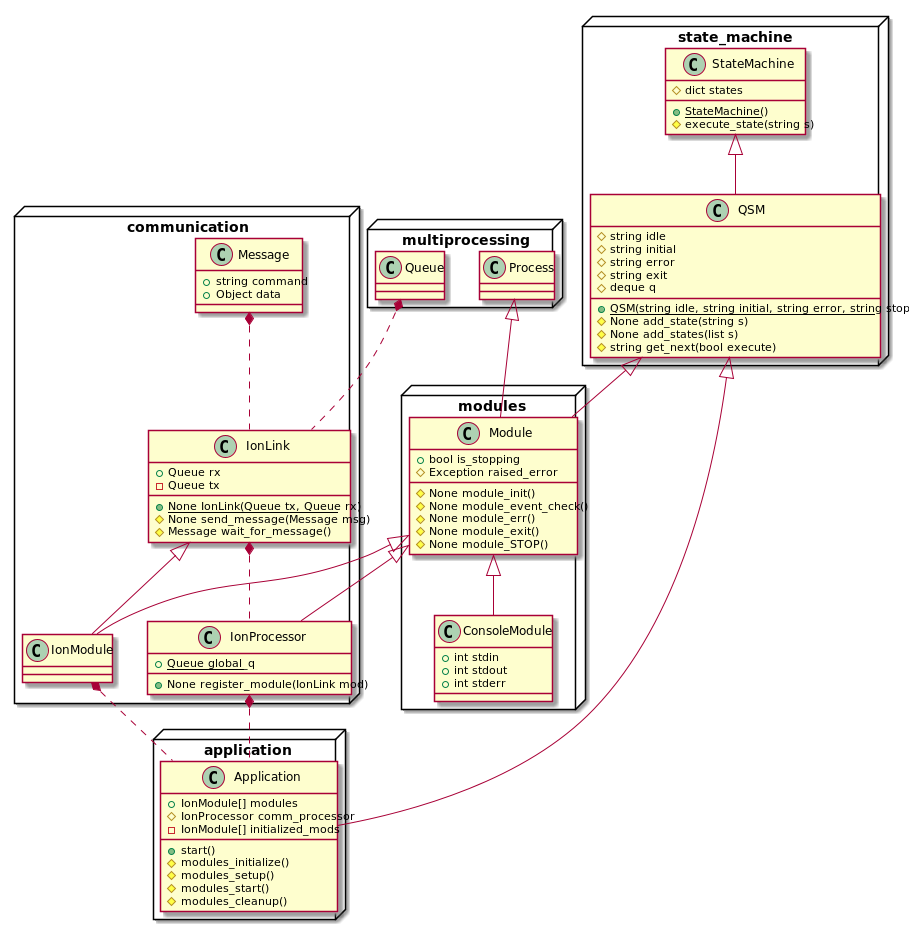
The PlantUML diagram Documentation/heirarchy.png in aaron-jencks/ion_application, before a commit.
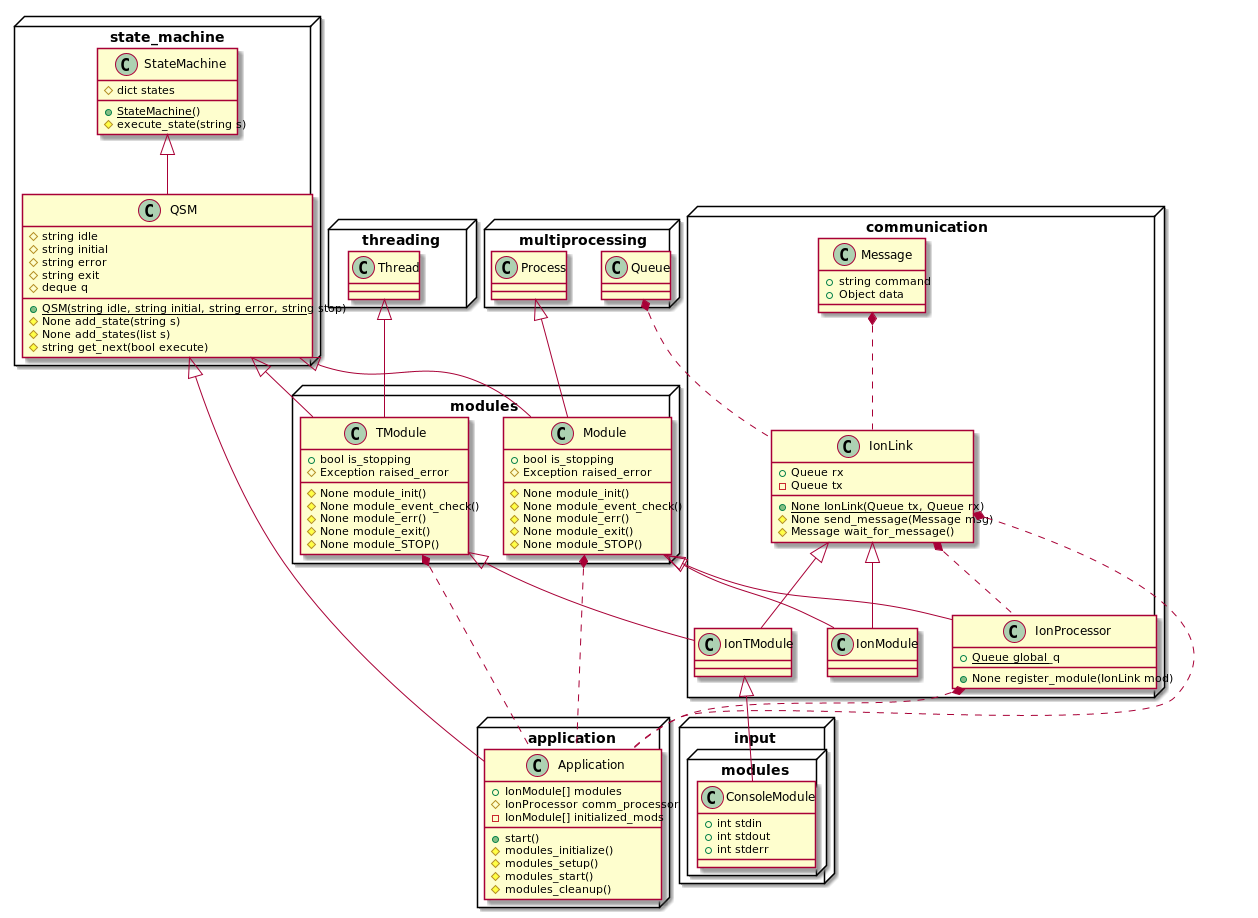
After the commit.

Commit message:
Worked on finding a console input/output workaround

Diff of the diagram source:
```diff
@@ -5,6 +5,10 @@
     class Process
     class Queue
 
+}
+
+package threading <<Node>>{
+    class Thread
 }
 
 package state_machine <<Node>>{
@@ -49,13 +53,19 @@
     Process <|-- Module
     QSM <|-- Module
 
-    class ConsoleModule{
-        +int stdin
-        +int stdout
-        +int stderr
+    class TModule{
+        +bool is_stopping
+        #Exception raised_error
+
+        #None module_init()
+        #None module_event_check()
+        #None module_err()
+        #None module_exit()
+        #None module_STOP()
     }
 
-    Module <|-- ConsoleModule
+    Thread <|-- TModule
+    QSM <|-- TModule
 
 }
 
@@ -84,6 +94,12 @@
     Module <|-- IonModule
     IonLink <|-- IonModule
 
+    class IonTModule{
+    }
+
+    TModule <|-- IonTModule
+    IonLink <|-- IonTModule
+
     class IonProcessor{
         {static} +Queue global_q
 
@@ -93,6 +109,18 @@
     Module <|-- IonProcessor
     IonLink *.. IonProcessor
 
+}
+
+package input <<Node>>{
+    package "modules" as input_modules <<Node>>{
+        class ConsoleModule{
+            +int stdin
+            +int stdout
+            +int stderr
+        }
+
+        IonTModule <|-- ConsoleModule
+    }
 }
 
 package application <<Node>>{
@@ -110,7 +138,9 @@
     }
 
     QSM <|-- Application
-    IonModule *.. Application
+    IonLink *.. Application
+    Module *.. Application
+    TModule *.. Application
     IonProcessor *.. Application
 
 }
```
